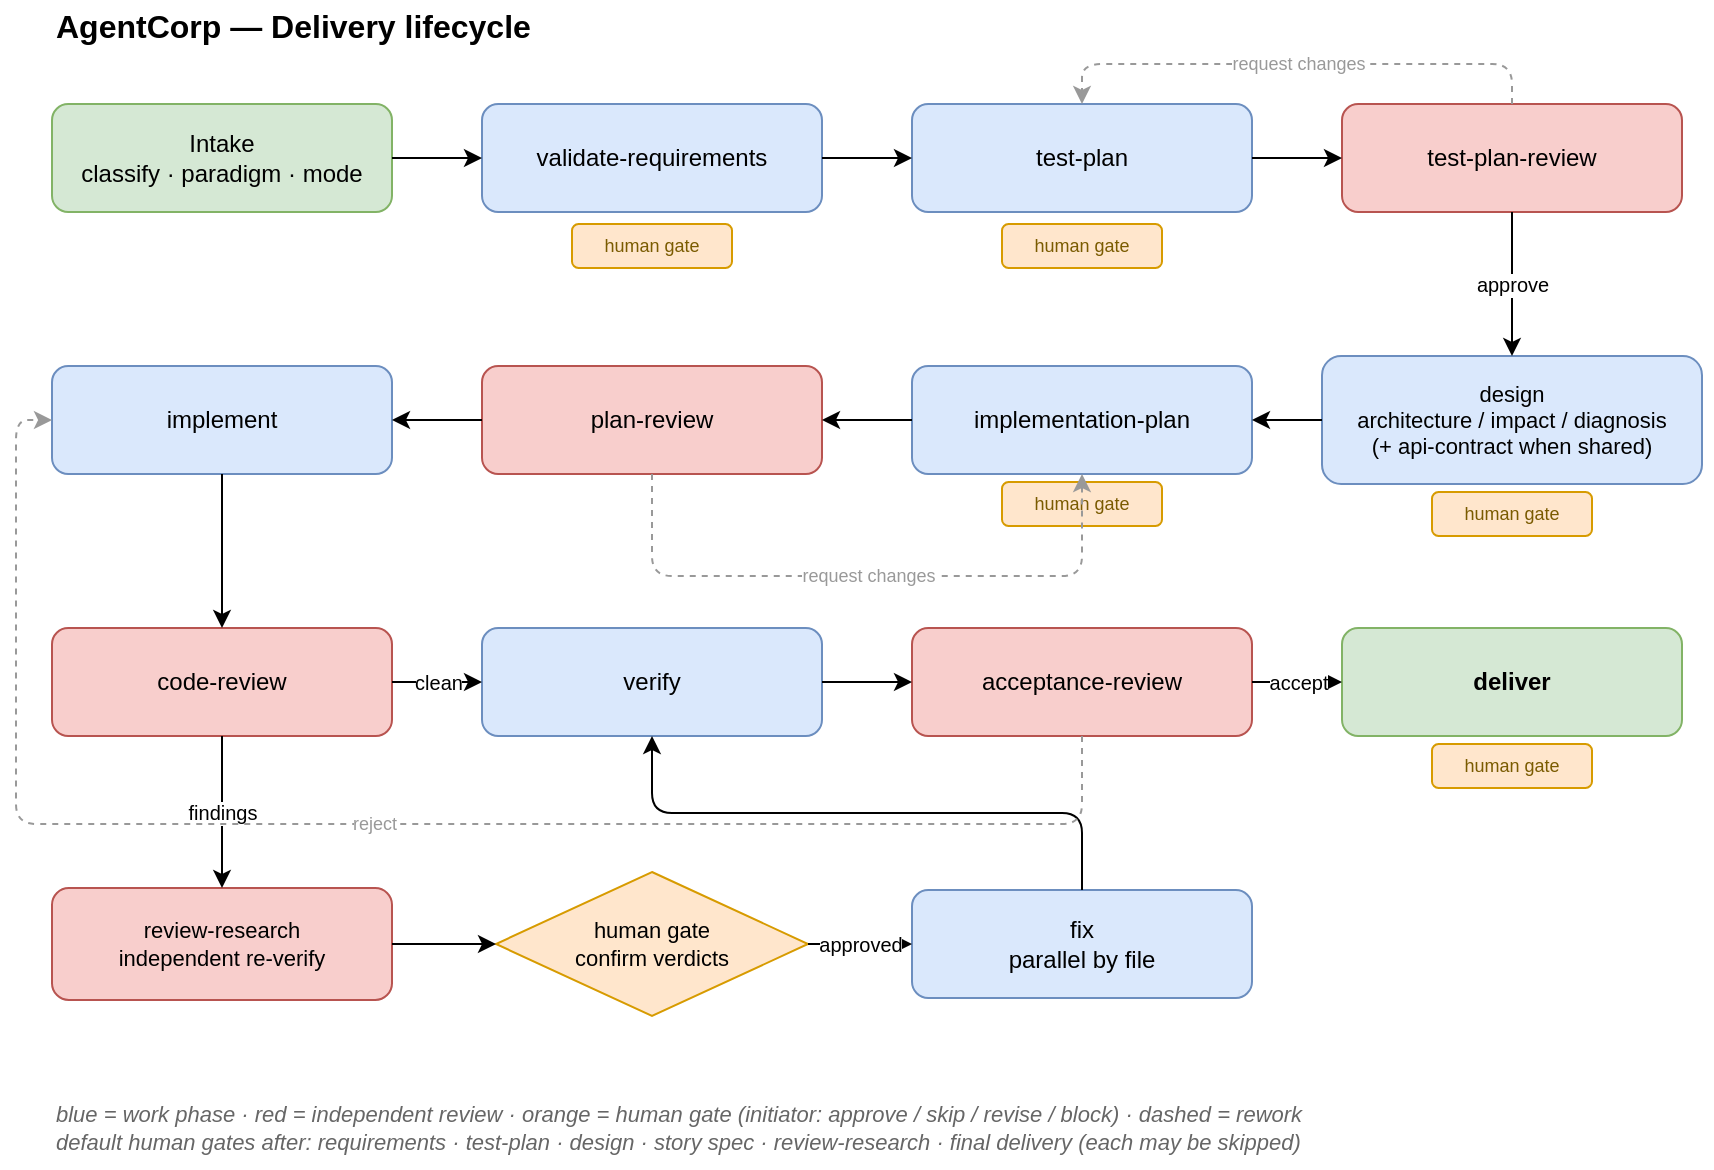
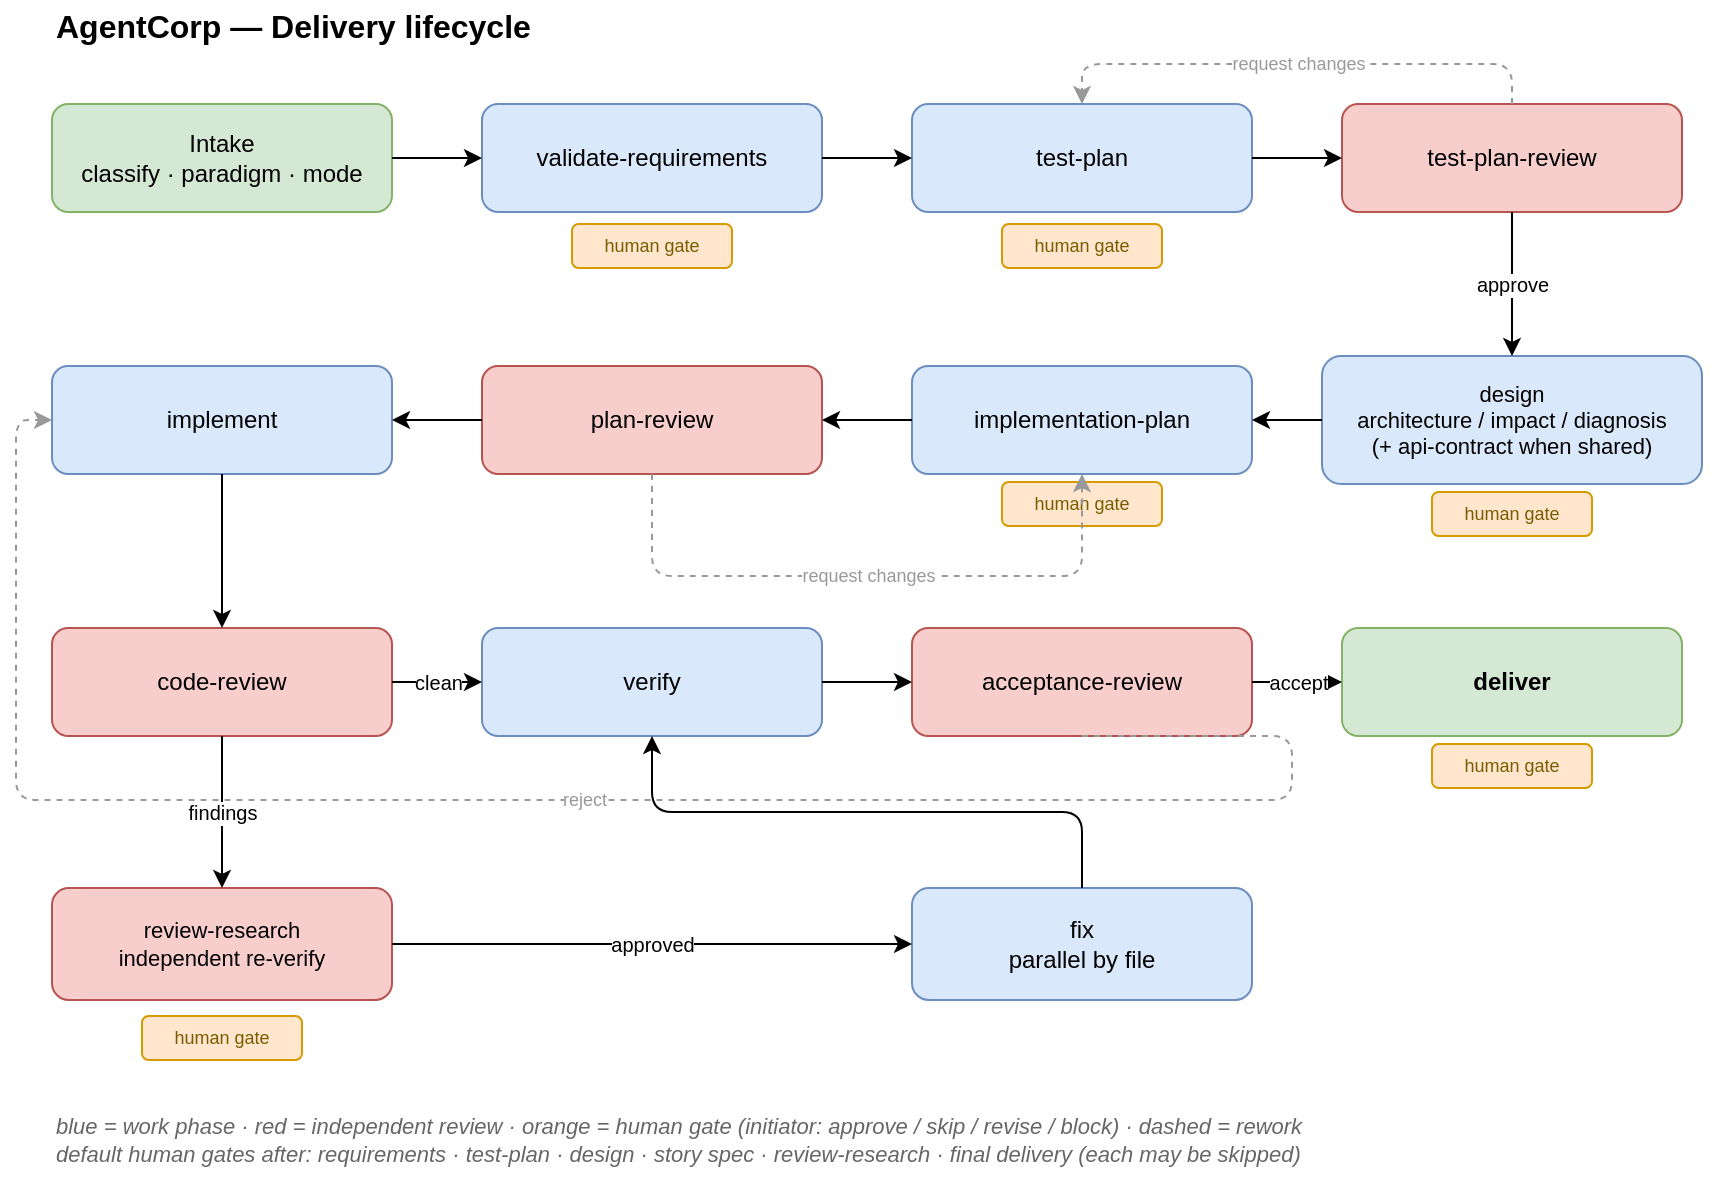
<mxGraphModel dx="900" dy="700" grid="1" gridSize="10" guides="1" tooltips="1" connect="1" arrows="1" fold="1" page="1" pageScale="1" pageWidth="900" pageHeight="610" math="0" shadow="0">
  <root>
    <mxCell id="0"/>
    <mxCell id="1" parent="0"/>
    <mxCell id="title" value="AgentCorp — Delivery lifecycle" style="text;html=1;align=left;verticalAlign=middle;fontSize=16;fontStyle=1;" vertex="1" parent="1"><mxGeometry x="40" y="12" width="500" height="26" as="geometry"/></mxCell>
    <mxCell id="intake" value="Intake&#10;classify · paradigm · mode" style="rounded=1;whiteSpace=wrap;html=1;fillColor=#d5e8d4;strokeColor=#82b366;fontSize=12;" vertex="1" parent="1"><mxGeometry x="40" y="64" width="170" height="54" as="geometry"/></mxCell>
    <mxCell id="req" value="validate-requirements" style="rounded=1;whiteSpace=wrap;html=1;fillColor=#dae8fc;strokeColor=#6c8ebf;fontSize=12;" vertex="1" parent="1"><mxGeometry x="255" y="64" width="170" height="54" as="geometry"/></mxCell>
    <mxCell id="tp" value="test-plan" style="rounded=1;whiteSpace=wrap;html=1;fillColor=#dae8fc;strokeColor=#6c8ebf;fontSize=12;" vertex="1" parent="1"><mxGeometry x="470" y="64" width="170" height="54" as="geometry"/></mxCell>
    <mxCell id="tpr" value="test-plan-review" style="rounded=1;whiteSpace=wrap;html=1;fillColor=#f8cecc;strokeColor=#b85450;fontSize=12;" vertex="1" parent="1"><mxGeometry x="685" y="64" width="170" height="54" as="geometry"/></mxCell>
    <mxCell id="design" value="design&#10;architecture / impact / diagnosis&#10;(+ api-contract when shared)" style="rounded=1;whiteSpace=wrap;html=1;fillColor=#dae8fc;strokeColor=#6c8ebf;fontSize=11;" vertex="1" parent="1"><mxGeometry x="675" y="190" width="190" height="64" as="geometry"/></mxCell>
    <mxCell id="iplan" value="implementation-plan" style="rounded=1;whiteSpace=wrap;html=1;fillColor=#dae8fc;strokeColor=#6c8ebf;fontSize=12;" vertex="1" parent="1"><mxGeometry x="470" y="195" width="170" height="54" as="geometry"/></mxCell>
    <mxCell id="pr" value="plan-review" style="rounded=1;whiteSpace=wrap;html=1;fillColor=#f8cecc;strokeColor=#b85450;fontSize=12;" vertex="1" parent="1"><mxGeometry x="255" y="195" width="170" height="54" as="geometry"/></mxCell>
    <mxCell id="impl" value="implement" style="rounded=1;whiteSpace=wrap;html=1;fillColor=#dae8fc;strokeColor=#6c8ebf;fontSize=12;" vertex="1" parent="1"><mxGeometry x="40" y="195" width="170" height="54" as="geometry"/></mxCell>
    <mxCell id="cr" value="code-review" style="rounded=1;whiteSpace=wrap;html=1;fillColor=#f8cecc;strokeColor=#b85450;fontSize=12;" vertex="1" parent="1"><mxGeometry x="40" y="326" width="170" height="54" as="geometry"/></mxCell>
    <mxCell id="verify" value="verify" style="rounded=1;whiteSpace=wrap;html=1;fillColor=#dae8fc;strokeColor=#6c8ebf;fontSize=12;" vertex="1" parent="1"><mxGeometry x="255" y="326" width="170" height="54" as="geometry"/></mxCell>
    <mxCell id="acc" value="acceptance-review" style="rounded=1;whiteSpace=wrap;html=1;fillColor=#f8cecc;strokeColor=#b85450;fontSize=12;" vertex="1" parent="1"><mxGeometry x="470" y="326" width="170" height="54" as="geometry"/></mxCell>
    <mxCell id="deliver" value="deliver" style="rounded=1;whiteSpace=wrap;html=1;fillColor=#d5e8d4;strokeColor=#82b366;fontSize=12;fontStyle=1;" vertex="1" parent="1"><mxGeometry x="685" y="326" width="170" height="54" as="geometry"/></mxCell>
    <mxCell id="rr" value="review-research&#10;independent re-verify" style="rounded=1;whiteSpace=wrap;html=1;fillColor=#f8cecc;strokeColor=#b85450;fontSize=11;" vertex="1" parent="1"><mxGeometry x="40" y="456" width="170" height="56" as="geometry"/></mxCell>
-     <mxCell id="hg" value="human gate&#10;confirm verdicts" style="rhombus;whiteSpace=wrap;html=1;fillColor=#ffe6cc;strokeColor=#d79b00;fontSize=11;" vertex="1" parent="1"><mxGeometry x="262" y="448" width="156" height="72" as="geometry"/></mxCell>
-     <mxCell id="fix" value="fix&#10;parallel by file" style="rounded=1;whiteSpace=wrap;html=1;fillColor=#dae8fc;strokeColor=#6c8ebf;fontSize=12;" vertex="1" parent="1"><mxGeometry x="470" y="457" width="170" height="54" as="geometry"/></mxCell>
+     <mxCell id="fix" value="fix&#10;parallel by file" style="rounded=1;whiteSpace=wrap;html=1;fillColor=#dae8fc;strokeColor=#6c8ebf;fontSize=12;" vertex="1" parent="1"><mxGeometry x="470" y="456" width="170" height="56" as="geometry"/></mxCell>
    <mxCell id="hgreq" value="human gate" style="rounded=1;whiteSpace=wrap;html=1;fillColor=#ffe6cc;strokeColor=#d79b00;fontSize=9;fontColor=#7a5b00;" vertex="1" parent="1"><mxGeometry x="300" y="124" width="80" height="22" as="geometry"/></mxCell>
    <mxCell id="hgtp" value="human gate" style="rounded=1;whiteSpace=wrap;html=1;fillColor=#ffe6cc;strokeColor=#d79b00;fontSize=9;fontColor=#7a5b00;" vertex="1" parent="1"><mxGeometry x="515" y="124" width="80" height="22" as="geometry"/></mxCell>
    <mxCell id="hgdesign" value="human gate" style="rounded=1;whiteSpace=wrap;html=1;fillColor=#ffe6cc;strokeColor=#d79b00;fontSize=9;fontColor=#7a5b00;" vertex="1" parent="1"><mxGeometry x="730" y="258" width="80" height="22" as="geometry"/></mxCell>
    <mxCell id="hgiplan" value="human gate" style="rounded=1;whiteSpace=wrap;html=1;fillColor=#ffe6cc;strokeColor=#d79b00;fontSize=9;fontColor=#7a5b00;" vertex="1" parent="1"><mxGeometry x="515" y="253" width="80" height="22" as="geometry"/></mxCell>
    <mxCell id="hgdeliver" value="human gate" style="rounded=1;whiteSpace=wrap;html=1;fillColor=#ffe6cc;strokeColor=#d79b00;fontSize=9;fontColor=#7a5b00;" vertex="1" parent="1"><mxGeometry x="730" y="384" width="80" height="22" as="geometry"/></mxCell>
-     <mxCell id="legend" value="blue = work phase   ·   red = independent review   ·   orange = human gate (initiator: approve / skip / revise / block)   ·   dashed = rework&#10;default human gates after: requirements · test-plan · design · story spec · review-research · final delivery (each may be skipped)" style="text;html=1;align=left;verticalAlign=middle;fontSize=11;fontStyle=2;fontColor=#666666;" vertex="1" parent="1"><mxGeometry x="40" y="556" width="830" height="40" as="geometry"/></mxCell>
+     <mxCell id="hgrr" value="human gate" style="rounded=1;whiteSpace=wrap;html=1;fillColor=#ffe6cc;strokeColor=#d79b00;fontSize=9;fontColor=#7a5b00;" vertex="1" parent="1"><mxGeometry x="85" y="520" width="80" height="22" as="geometry"/></mxCell>
+     <mxCell id="legend" value="blue = work phase   ·   red = independent review   ·   orange = human gate (initiator: approve / skip / revise / block)   ·   dashed = rework&#10;default human gates after: requirements · test-plan · design · story spec · review-research · final delivery (each may be skipped)" style="text;html=1;align=left;verticalAlign=middle;fontSize=11;fontStyle=2;fontColor=#666666;" vertex="1" parent="1"><mxGeometry x="40" y="562" width="830" height="40" as="geometry"/></mxCell>
    <mxCell id="e1" style="edgeStyle=orthogonalEdgeStyle;rounded=1;html=1;endArrow=classic;exitX=1;exitY=0.5;entryX=0;entryY=0.5;" edge="1" parent="1" source="intake" target="req"><mxGeometry relative="1" as="geometry"/></mxCell>
    <mxCell id="e2" style="edgeStyle=orthogonalEdgeStyle;rounded=1;html=1;endArrow=classic;exitX=1;exitY=0.5;entryX=0;entryY=0.5;" edge="1" parent="1" source="req" target="tp"><mxGeometry relative="1" as="geometry"/></mxCell>
    <mxCell id="e3" style="edgeStyle=orthogonalEdgeStyle;rounded=1;html=1;endArrow=classic;exitX=1;exitY=0.5;entryX=0;entryY=0.5;" edge="1" parent="1" source="tp" target="tpr"><mxGeometry relative="1" as="geometry"/></mxCell>
    <mxCell id="e4" value="approve" style="edgeStyle=orthogonalEdgeStyle;rounded=1;html=1;endArrow=classic;exitX=0.5;exitY=1;entryX=0.5;entryY=0;fontSize=10;" edge="1" parent="1" source="tpr" target="design"><mxGeometry relative="1" as="geometry"/></mxCell>
    <mxCell id="e5" style="edgeStyle=orthogonalEdgeStyle;rounded=1;html=1;endArrow=classic;exitX=0;exitY=0.5;entryX=1;entryY=0.5;" edge="1" parent="1" source="design" target="iplan"><mxGeometry relative="1" as="geometry"/></mxCell>
    <mxCell id="e6" style="edgeStyle=orthogonalEdgeStyle;rounded=1;html=1;endArrow=classic;exitX=0;exitY=0.5;entryX=1;entryY=0.5;" edge="1" parent="1" source="iplan" target="pr"><mxGeometry relative="1" as="geometry"/></mxCell>
    <mxCell id="e7" style="edgeStyle=orthogonalEdgeStyle;rounded=1;html=1;endArrow=classic;exitX=0;exitY=0.5;entryX=1;entryY=0.5;" edge="1" parent="1" source="pr" target="impl"><mxGeometry relative="1" as="geometry"/></mxCell>
    <mxCell id="e8" style="edgeStyle=orthogonalEdgeStyle;rounded=1;html=1;endArrow=classic;exitX=0.5;exitY=1;entryX=0.5;entryY=0;" edge="1" parent="1" source="impl" target="cr"><mxGeometry relative="1" as="geometry"/></mxCell>
    <mxCell id="e9" value="clean" style="edgeStyle=orthogonalEdgeStyle;rounded=1;html=1;endArrow=classic;exitX=1;exitY=0.5;entryX=0;entryY=0.5;fontSize=10;" edge="1" parent="1" source="cr" target="verify"><mxGeometry relative="1" as="geometry"/></mxCell>
    <mxCell id="e10" style="edgeStyle=orthogonalEdgeStyle;rounded=1;html=1;endArrow=classic;exitX=1;exitY=0.5;entryX=0;entryY=0.5;" edge="1" parent="1" source="verify" target="acc"><mxGeometry relative="1" as="geometry"/></mxCell>
    <mxCell id="e11" value="accept" style="edgeStyle=orthogonalEdgeStyle;rounded=1;html=1;endArrow=classic;exitX=1;exitY=0.5;entryX=0;entryY=0.5;fontSize=10;" edge="1" parent="1" source="acc" target="deliver"><mxGeometry relative="1" as="geometry"/></mxCell>
    <mxCell id="e12" value="findings" style="edgeStyle=orthogonalEdgeStyle;rounded=1;html=1;endArrow=classic;exitX=0.5;exitY=1;entryX=0.5;entryY=0;fontSize=10;" edge="1" parent="1" source="cr" target="rr"><mxGeometry relative="1" as="geometry"/></mxCell>
-     <mxCell id="e13" style="edgeStyle=orthogonalEdgeStyle;rounded=1;html=1;endArrow=classic;exitX=1;exitY=0.5;entryX=0;entryY=0.5;" edge="1" parent="1" source="rr" target="hg"><mxGeometry relative="1" as="geometry"/></mxCell>
-     <mxCell id="e14" value="approved" style="edgeStyle=orthogonalEdgeStyle;rounded=1;html=1;endArrow=classic;exitX=1;exitY=0.5;entryX=0;entryY=0.5;fontSize=10;" edge="1" parent="1" source="hg" target="fix"><mxGeometry relative="1" as="geometry"/></mxCell>
+     <mxCell id="e13" value="approved" style="edgeStyle=orthogonalEdgeStyle;rounded=1;html=1;endArrow=classic;exitX=1;exitY=0.5;entryX=0;entryY=0.5;fontSize=10;" edge="1" parent="1" source="rr" target="fix"><mxGeometry relative="1" as="geometry"/></mxCell>
    <mxCell id="e15" style="edgeStyle=orthogonalEdgeStyle;rounded=1;html=1;endArrow=classic;exitX=0.5;exitY=0;entryX=0.5;entryY=1;" edge="1" parent="1" source="fix" target="verify"><mxGeometry relative="1" as="geometry"/></mxCell>
    <mxCell id="l1" value="request changes" style="edgeStyle=orthogonalEdgeStyle;rounded=1;html=1;endArrow=classic;dashed=1;strokeColor=#999999;fontColor=#999999;exitX=0.5;exitY=0;entryX=0.5;entryY=0;fontSize=9;" edge="1" parent="1" source="tpr" target="tp"><mxGeometry relative="1" as="geometry"><Array as="points"><mxPoint x="770" y="44"/><mxPoint x="555" y="44"/></Array></mxGeometry></mxCell>
    <mxCell id="l2" value="request changes" style="edgeStyle=orthogonalEdgeStyle;rounded=1;html=1;endArrow=classic;dashed=1;strokeColor=#999999;fontColor=#999999;exitX=0.5;exitY=1;entryX=0.5;entryY=1;fontSize=9;" edge="1" parent="1" source="pr" target="iplan"><mxGeometry relative="1" as="geometry"><Array as="points"><mxPoint x="340" y="300"/><mxPoint x="555" y="300"/></Array></mxGeometry></mxCell>
-     <mxCell id="l3" value="reject" style="edgeStyle=orthogonalEdgeStyle;rounded=1;html=1;endArrow=classic;dashed=1;strokeColor=#999999;fontColor=#999999;exitX=0.5;exitY=1;entryX=0;entryY=0.5;fontSize=9;" edge="1" parent="1" source="acc" target="impl"><mxGeometry relative="1" as="geometry"><Array as="points"><mxPoint x="555" y="424"/><mxPoint x="22" y="424"/><mxPoint x="22" y="222"/></Array></mxGeometry></mxCell>
+     <mxCell id="l3" value="reject" style="edgeStyle=orthogonalEdgeStyle;rounded=1;html=1;endArrow=classic;dashed=1;strokeColor=#999999;fontColor=#999999;exitX=0.5;exitY=1;entryX=0;entryY=0.5;fontSize=9;" edge="1" parent="1" source="acc" target="impl"><mxGeometry relative="1" as="geometry"><Array as="points"><mxPoint x="660" y="412"/><mxPoint x="22" y="412"/><mxPoint x="22" y="222"/></Array></mxGeometry></mxCell>
  </root>
</mxGraphModel>